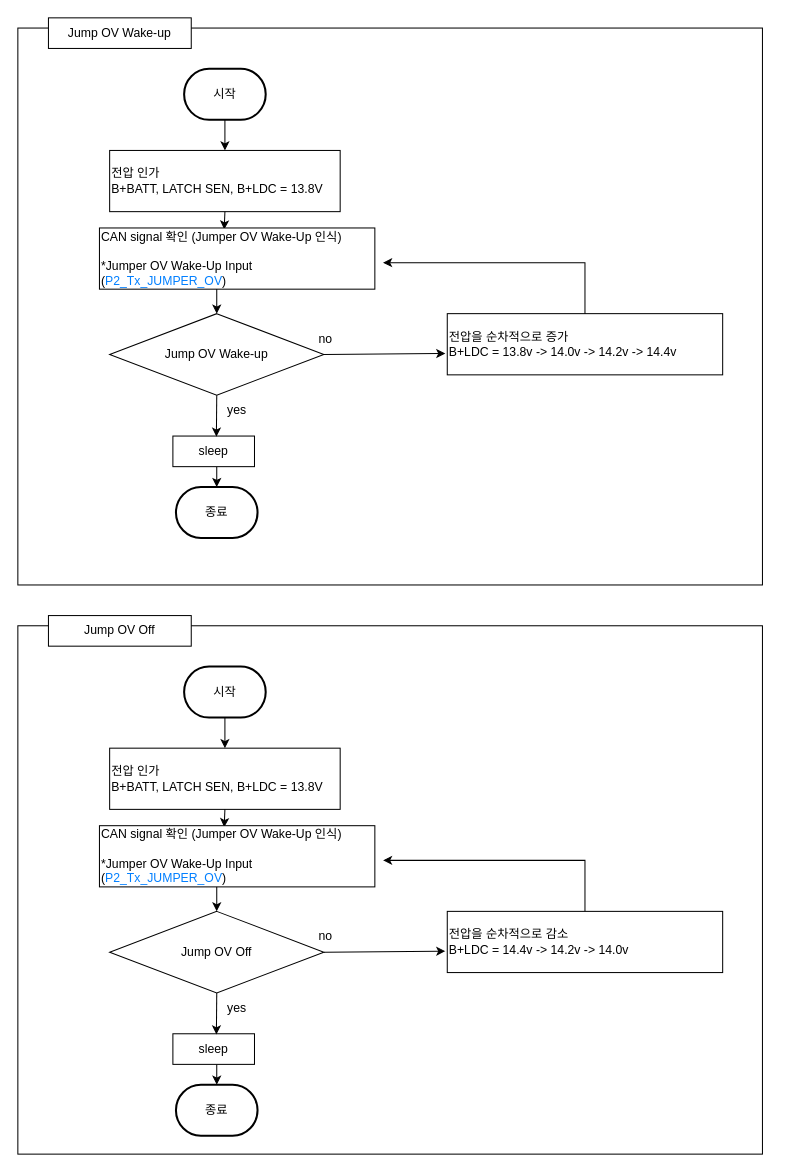
chaeyoonl/state-transition-diagram-test keeps this draw.io diagram as jump ov wakeup.drawio. Above is the earlier version. Source tidied: cells renumbered, new cells numbered last; positions are measured from the earlier drawing's top-left corner, leaving out a move shared by most shapes. Both pictures are drawn from the tidied source at 102%, with x=0, y=0 at pixel (17, 17).
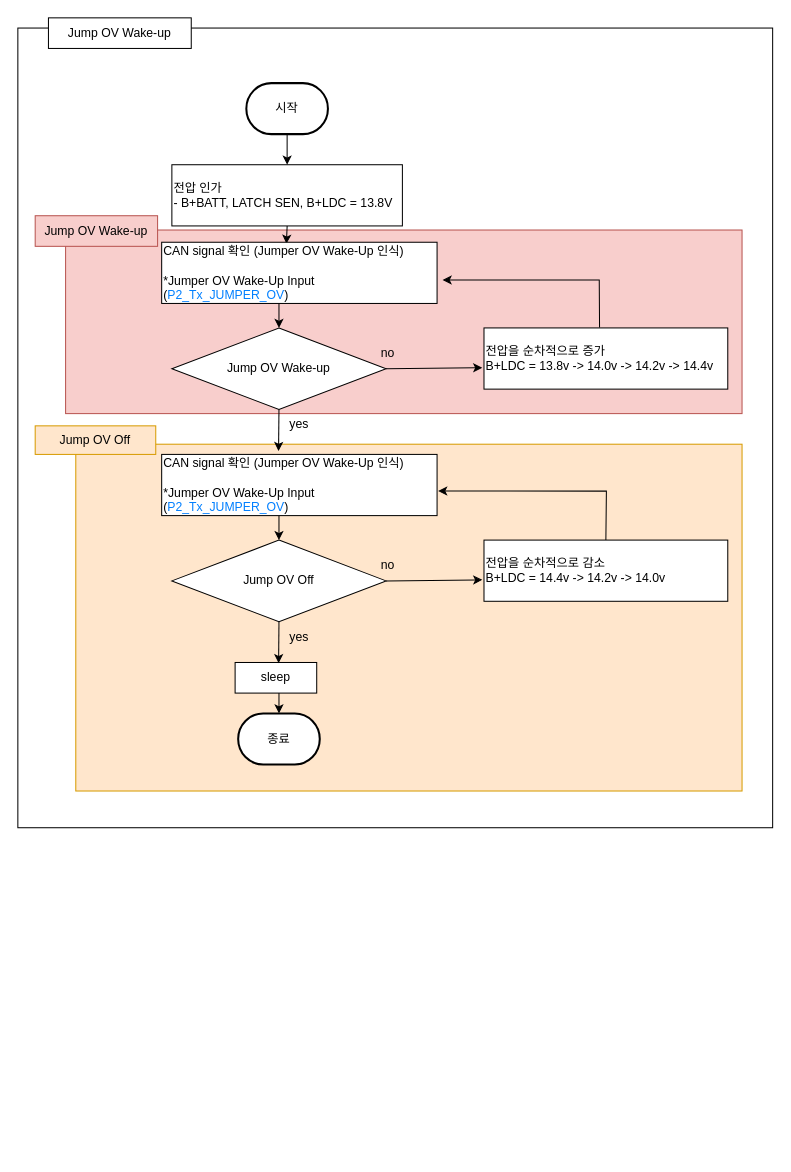
The same page after the edit.

Change to the diagram source:
```diff
@@
     <mxCell id="2" style="rounded=0;whiteSpace=wrap;html=1;" parent="1" vertex="1">
-      <mxGeometry y="10" width="730" height="546" as="geometry" />
+      <mxGeometry y="10" width="740" height="784" as="geometry" />
     </mxCell>
+    <mxCell id="12" value="Jump OV Wake-up" style="rounded=0;whiteSpace=wrap;html=1;" parent="1" vertex="1">
+      <mxGeometry x="30" width="140" height="30" as="geometry" />
+    </mxCell>
+    <mxCell id="38" style="rounded=0;whiteSpace=wrap;html=1;fillColor=#f8cecc;strokeColor=#b85450;" parent="1" vertex="1">
+      <mxGeometry x="46.8" y="208" width="663.2" height="180" as="geometry" />
+    </mxCell>
+    <mxCell id="39" value="&lt;span style=&quot;color: rgb(0, 0, 0); font-family: Helvetica; font-size: 12px; font-style: normal; font-variant-ligatures: normal; font-variant-caps: normal; font-weight: 400; letter-spacing: normal; orphans: 2; text-align: center; text-indent: 0px; text-transform: none; widows: 2; word-spacing: 0px; -webkit-text-stroke-width: 0px; text-decoration-thickness: initial; text-decoration-style: initial; text-decoration-color: initial; float: none; display: inline !important;&quot;&gt;Jump OV Wake-up&lt;br&gt;&lt;/span&gt;" style="rounded=0;whiteSpace=wrap;html=1;fillColor=#f8cecc;strokeColor=#b85450;fillStyle=solid;labelBackgroundColor=none;" parent="1" vertex="1">
+      <mxGeometry x="17" y="194" width="120" height="30" as="geometry" />
+    </mxCell>
+    <mxCell id="40" style="rounded=0;whiteSpace=wrap;html=1;fillColor=#ffe6cc;strokeColor=#d79b00;" parent="1" vertex="1">
+      <mxGeometry x="56.8" y="418" width="653.2" height="340" as="geometry" />
+    </mxCell>
+    <mxCell id="30" value="&lt;span style=&quot;color: rgb(0, 0, 0); font-family: Helvetica; font-size: 12px; font-style: normal; font-variant-ligatures: normal; font-variant-caps: normal; font-weight: 400; letter-spacing: normal; orphans: 2; text-align: center; text-indent: 0px; text-transform: none; widows: 2; word-spacing: 0px; -webkit-text-stroke-width: 0px; text-decoration-thickness: initial; text-decoration-style: initial; text-decoration-color: initial; float: none; display: inline !important;&quot;&gt;Jump OV Off&lt;br&gt;&lt;/span&gt;" style="rounded=0;whiteSpace=wrap;html=1;fillColor=#ffe6cc;strokeColor=#d79b00;labelBackgroundColor=none;" parent="1" vertex="1">
+      <mxGeometry x="17" y="400" width="118.2" height="28" as="geometry" />
+    </mxCell>
     <mxCell id="3" value="시작" style="strokeWidth=2;html=1;shape=mxgraph.flowchart.terminator;whiteSpace=wrap;" parent="1" vertex="1">
-      <mxGeometry x="163" y="50" width="80" height="50" as="geometry" />
+      <mxGeometry x="224" y="64" width="80" height="50" as="geometry" />
     </mxCell>
-    <mxCell id="4" value="종료" style="strokeWidth=2;html=1;shape=mxgraph.flowchart.terminator;whiteSpace=wrap;" parent="1" vertex="1">
-      <mxGeometry x="155" y="460" width="80" height="50" as="geometry" />
-    </mxCell>
-    <mxCell id="5" value="전압 인가&lt;br&gt;B+BATT, LATCH SEN, B+LDC = 13.8V" style="rounded=0;whiteSpace=wrap;html=1;align=left;" parent="1" vertex="1">
-      <mxGeometry x="90" y="130" width="226" height="60" as="geometry" />
+    <mxCell id="5" value="전압 인가&lt;br&gt;- B+BATT, LATCH SEN, B+LDC = 13.8V" style="rounded=0;whiteSpace=wrap;html=1;align=left;" parent="1" vertex="1">
+      <mxGeometry x="151" y="144" width="226" height="60" as="geometry" />
     </mxCell>
     <mxCell id="6" value="Jump OV Wake-up" style="rhombus;whiteSpace=wrap;html=1;" parent="1" vertex="1">
-      <mxGeometry x="90" y="290" width="210" height="80" as="geometry" />
+      <mxGeometry x="151" y="304" width="210" height="80" as="geometry" />
     </mxCell>
     <mxCell id="7" style="endArrow=classic;html=1;rounded=0;exitX=0.5;exitY=1;exitDx=0;exitDy=0;entryX=0.5;entryY=0;entryDx=0;entryDy=0;" parent="1" edge="1" target="6">
       <mxGeometry relative="1" as="geometry">
-        <mxPoint x="195" y="250" as="sourcePoint" />
+        <mxPoint x="256" y="264" as="sourcePoint" />
       </mxGeometry>
     </mxCell>
@@
-    <mxCell id="9" style="endArrow=classic;html=1;rounded=0;exitX=0.5;exitY=1;exitDx=0;exitDy=0;entryX=0.5;entryY=0;entryDx=0;entryDy=0;entryPerimeter=0;" parent="1" edge="1" target="4">
-      <mxGeometry relative="1" as="geometry">
-        <mxPoint x="195" y="440" as="sourcePoint" />
-      </mxGeometry>
-    </mxCell>
     <mxCell id="10" value="전압을 순차적으로 증가&lt;br&gt;B+LDC = 13.8v -&amp;gt; 14.0v -&amp;gt; 14.2v -&amp;gt; 14.4v" style="rounded=0;whiteSpace=wrap;html=1;align=left;" parent="1" vertex="1">
-      <mxGeometry x="421" y="290" width="270" height="60" as="geometry" />
+      <mxGeometry x="457" y="304" width="239" height="60" as="geometry" />
     </mxCell>
@@
-    <mxCell id="12" value="Jump OV Wake-up" style="rounded=0;whiteSpace=wrap;html=1;" parent="1" vertex="1">
-      <mxGeometry x="30" width="140" height="30" as="geometry" />
-    </mxCell>
-    <mxCell id="13" value="sleep" style="rounded=0;whiteSpace=wrap;html=1;align=center;" parent="1" vertex="1">
-      <mxGeometry x="152" y="410" width="80" height="30" as="geometry" />
-    </mxCell>
-    <mxCell id="14" style="endArrow=classic;html=1;rounded=0;exitX=0.5;exitY=1;exitDx=0;exitDy=0;entryX=0.533;entryY=0.022;entryDx=0;entryDy=0;entryPerimeter=0;" parent="1" edge="1" source="6" target="13">
-      <mxGeometry relative="1" as="geometry" />
+    <mxCell id="14" style="endArrow=classic;html=1;rounded=0;exitX=0.5;exitY=1;exitDx=0;exitDy=0;entryX=0.533;entryY=0.022;entryDx=0;entryDy=0;entryPerimeter=0;" parent="1" edge="1" source="6">
+      <mxGeometry relative="1" as="geometry">
+        <mxPoint x="255.6" y="424.7" as="targetPoint" />
+      </mxGeometry>
     </mxCell>
     <mxCell id="15" value="yes" style="text;html=1;strokeColor=none;fillColor=none;align=center;verticalAlign=middle;whiteSpace=wrap;rounded=0;" parent="1" vertex="1">
-      <mxGeometry x="185" y="370" width="60" height="30" as="geometry" />
+      <mxGeometry x="246" y="384" width="60" height="30" as="geometry" />
     </mxCell>
     <mxCell id="16" value="no" style="text;html=1;strokeColor=none;fillColor=none;align=center;verticalAlign=middle;whiteSpace=wrap;rounded=0;" parent="1" vertex="1">
-      <mxGeometry x="272" y="300" width="60" height="30" as="geometry" />
+      <mxGeometry x="333" y="314" width="60" height="30" as="geometry" />
     </mxCell>
-    <mxCell id="17" style="endArrow=classic;html=1;rounded=0;exitX=0.5;exitY=0;exitDx=0;exitDy=0;" parent="1" edge="1" source="10">
+    <mxCell id="17" style="endArrow=classic;html=1;rounded=0;exitX=0.474;exitY=-0.009;exitDx=0;exitDy=0;entryX=1.02;entryY=0.616;entryDx=0;entryDy=0;entryPerimeter=0;exitPerimeter=0;" parent="1" edge="1" source="10" target="19">
       <mxGeometry relative="1" as="geometry">
-        <mxPoint x="358" y="240" as="targetPoint" />
         <Array as="points">
-          <mxPoint x="556" y="240" />
+          <mxPoint x="570" y="257" />
         </Array>
       </mxGeometry>
     </mxCell>
@@
     <mxCell id="19" value="CAN signal 확인 (Jumper OV Wake-Up&amp;nbsp;인식)&lt;br&gt;&lt;br&gt;*Jumper OV Wake-Up&amp;nbsp;Input&amp;nbsp;&lt;br&gt;(&lt;font color=&quot;#007fff&quot;&gt;P2_Tx_JUMPER_OV&lt;/font&gt;)" style="rounded=0;whiteSpace=wrap;html=1;align=left;" parent="1" vertex="1">
-      <mxGeometry x="80" y="206" width="270" height="60" as="geometry" />
+      <mxGeometry x="141" y="220" width="270" height="60" as="geometry" />
     </mxCell>
-    <mxCell id="20" style="rounded=0;whiteSpace=wrap;html=1;" parent="1" vertex="1">
-      <mxGeometry y="596" width="730" height="518" as="geometry" />
-    </mxCell>
-    <mxCell id="21" value="시작" style="strokeWidth=2;html=1;shape=mxgraph.flowchart.terminator;whiteSpace=wrap;" parent="1" vertex="1">
-      <mxGeometry x="163" y="636" width="80" height="50" as="geometry" />
-    </mxCell>
-    <mxCell id="22" value="종료" style="strokeWidth=2;html=1;shape=mxgraph.flowchart.terminator;whiteSpace=wrap;" parent="1" vertex="1">
-      <mxGeometry x="155" y="1046" width="80" height="50" as="geometry" />
-    </mxCell>
-    <mxCell id="23" value="전압 인가&lt;br&gt;B+BATT, LATCH SEN, B+LDC = 13.8V" style="rounded=0;whiteSpace=wrap;html=1;align=left;" parent="1" vertex="1">
-      <mxGeometry x="90" y="716" width="226" height="60" as="geometry" />
-    </mxCell>
+    <mxCell id="41" value="종료" style="strokeWidth=2;html=1;shape=mxgraph.flowchart.terminator;whiteSpace=wrap;" parent="1" vertex="1">
+      <mxGeometry x="216" y="682" width="80" height="50" as="geometry" />
+    </mxCell>
     <mxCell id="24" value="Jump OV Off" style="rhombus;whiteSpace=wrap;html=1;" parent="1" vertex="1">
-      <mxGeometry x="90" y="876" width="210" height="80" as="geometry" />
+      <mxGeometry x="151" y="512" width="210" height="80" as="geometry" />
     </mxCell>
-    <mxCell id="25" style="endArrow=classic;html=1;rounded=0;exitX=0.5;exitY=1;exitDx=0;exitDy=0;entryX=0.5;entryY=0;entryDx=0;entryDy=0;" parent="1" edge="1" target="24">
-      <mxGeometry relative="1" as="geometry">
-        <mxPoint x="195" y="836" as="sourcePoint" />
-      </mxGeometry>
-    </mxCell>
-    <mxCell id="26" style="endArrow=classic;html=1;rounded=0;exitX=0.5;exitY=1;exitDx=0;exitDy=0;exitPerimeter=0;entryX=0.5;entryY=0;entryDx=0;entryDy=0;" parent="1" edge="1" source="21" target="23">
-      <mxGeometry relative="1" as="geometry" />
-    </mxCell>
-    <mxCell id="27" style="endArrow=classic;html=1;rounded=0;exitX=0.5;exitY=1;exitDx=0;exitDy=0;entryX=0.5;entryY=0;entryDx=0;entryDy=0;entryPerimeter=0;" parent="1" edge="1" target="22">
-      <mxGeometry relative="1" as="geometry">
-        <mxPoint x="195" y="1026" as="sourcePoint" />
-      </mxGeometry>
-    </mxCell>
+    <mxCell id="42" style="endArrow=classic;html=1;rounded=0;exitX=0.5;exitY=1;exitDx=0;exitDy=0;entryX=0.5;entryY=0;entryDx=0;entryDy=0;" parent="1" edge="1" target="24">
+      <mxGeometry relative="1" as="geometry">
+        <mxPoint x="256" y="472" as="sourcePoint" />
+      </mxGeometry>
+    </mxCell>
+    <mxCell id="43" style="endArrow=classic;html=1;rounded=0;exitX=0.5;exitY=1;exitDx=0;exitDy=0;entryX=0.5;entryY=0;entryDx=0;entryDy=0;entryPerimeter=0;" parent="1" edge="1" target="41">
+      <mxGeometry relative="1" as="geometry">
+        <mxPoint x="256" y="662" as="sourcePoint" />
+      </mxGeometry>
+    </mxCell>
     <mxCell id="28" value="전압을 순차적으로 감소&lt;br style=&quot;border-color: var(--border-color);&quot;&gt;B+LDC = 14.4v -&amp;gt; 14.2v -&amp;gt; 14.0v" style="rounded=0;whiteSpace=wrap;html=1;align=left;" parent="1" vertex="1">
-      <mxGeometry x="421" y="876" width="270" height="60" as="geometry" />
+      <mxGeometry x="457" y="512" width="239" height="60" as="geometry" />
     </mxCell>
@@
-    <mxCell id="30" value="Jump OV Off" style="rounded=0;whiteSpace=wrap;html=1;" parent="1" vertex="1">
-      <mxGeometry x="30" y="586" width="140" height="30" as="geometry" />
-    </mxCell>
-    <mxCell id="31" value="sleep" style="rounded=0;whiteSpace=wrap;html=1;align=center;" parent="1" vertex="1">
-      <mxGeometry x="152" y="996" width="80" height="30" as="geometry" />
-    </mxCell>
-    <mxCell id="32" style="endArrow=classic;html=1;rounded=0;exitX=0.5;exitY=1;exitDx=0;exitDy=0;entryX=0.533;entryY=0.022;entryDx=0;entryDy=0;entryPerimeter=0;" parent="1" edge="1" source="24" target="31">
-      <mxGeometry relative="1" as="geometry" />
-    </mxCell>
+    <mxCell id="44" value="sleep" style="rounded=0;whiteSpace=wrap;html=1;align=center;" parent="1" vertex="1">
+      <mxGeometry x="213" y="632" width="80" height="30" as="geometry" />
+    </mxCell>
+    <mxCell id="45" style="endArrow=classic;html=1;rounded=0;exitX=0.5;exitY=1;exitDx=0;exitDy=0;entryX=0.533;entryY=0.022;entryDx=0;entryDy=0;entryPerimeter=0;" parent="1" edge="1" source="24" target="44">
+      <mxGeometry relative="1" as="geometry" />
+    </mxCell>
     <mxCell id="33" value="yes" style="text;html=1;strokeColor=none;fillColor=none;align=center;verticalAlign=middle;whiteSpace=wrap;rounded=0;" parent="1" vertex="1">
-      <mxGeometry x="185" y="956" width="60" height="30" as="geometry" />
+      <mxGeometry x="246" y="592" width="60" height="30" as="geometry" />
     </mxCell>
     <mxCell id="34" value="no" style="text;html=1;strokeColor=none;fillColor=none;align=center;verticalAlign=middle;whiteSpace=wrap;rounded=0;" parent="1" vertex="1">
-      <mxGeometry x="272" y="886" width="60" height="30" as="geometry" />
+      <mxGeometry x="333" y="522" width="60" height="30" as="geometry" />
     </mxCell>
-    <mxCell id="35" style="endArrow=classic;html=1;rounded=0;exitX=0.5;exitY=0;exitDx=0;exitDy=0;" parent="1" edge="1" source="28">
-      <mxGeometry relative="1" as="geometry">
-        <mxPoint x="358" y="826" as="targetPoint" />
-        <Array as="points">
-          <mxPoint x="556" y="826" />
-        </Array>
-      </mxGeometry>
-    </mxCell>
-    <mxCell id="36" style="endArrow=classic;html=1;rounded=0;exitX=0.5;exitY=1;exitDx=0;exitDy=0;entryX=0.453;entryY=0.025;entryDx=0;entryDy=0;entryPerimeter=0;" parent="1" edge="1" source="23" target="37">
-      <mxGeometry relative="1" as="geometry" />
-    </mxCell>
+    <mxCell id="46" style="endArrow=classic;html=1;rounded=0;exitX=0.5;exitY=0;exitDx=0;exitDy=0;entryX=1.004;entryY=0.599;entryDx=0;entryDy=0;entryPerimeter=0;" parent="1" edge="1" source="28" target="37">
+      <mxGeometry relative="1" as="geometry">
+        <Array as="points">
+          <mxPoint x="577" y="464" />
+        </Array>
+      </mxGeometry>
+    </mxCell>
     <mxCell id="37" value="CAN signal 확인 (Jumper OV Wake-Up&amp;nbsp;인식)&lt;br style=&quot;border-color: var(--border-color);&quot;&gt;&lt;br style=&quot;border-color: var(--border-color);&quot;&gt;*Jumper OV Wake-Up&amp;nbsp;Input&amp;nbsp;&lt;br style=&quot;border-color: var(--border-color);&quot;&gt;(&lt;font style=&quot;border-color: var(--border-color);&quot; color=&quot;#007fff&quot;&gt;P2_Tx_JUMPER_OV&lt;/font&gt;)" style="rounded=0;whiteSpace=wrap;html=1;align=left;" parent="1" vertex="1">
-      <mxGeometry x="80" y="792" width="270" height="60" as="geometry" />
+      <mxGeometry x="141" y="428" width="270" height="60" as="geometry" />
     </mxCell>
```
